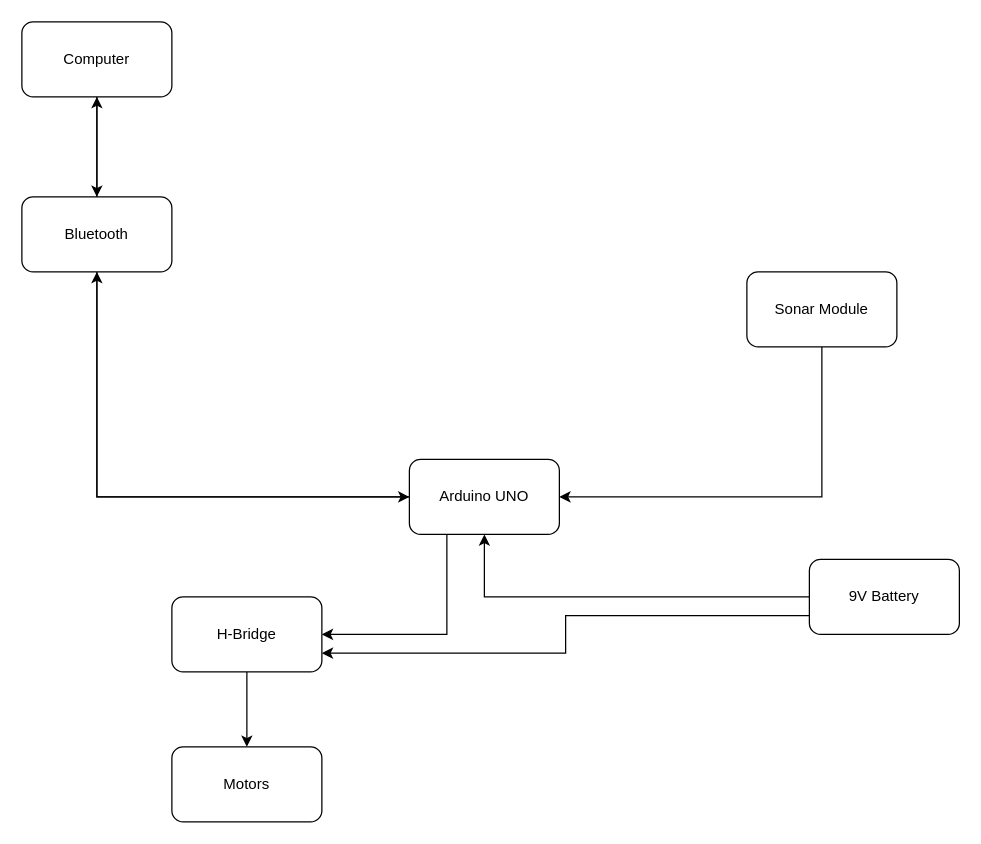
Above: Flowcharts/Untitled Diagram.drawio in Nathanwoodburn/ANURobot (draw.io), before the change. Source tidied: cells renumbered, new cells numbered last; positions are measured from the earlier drawing's top-left corner, leaving out a move shared by most shapes. Both pictures are drawn from the tidied source at 125%, with x=0, y=0 at pixel (21, 21).
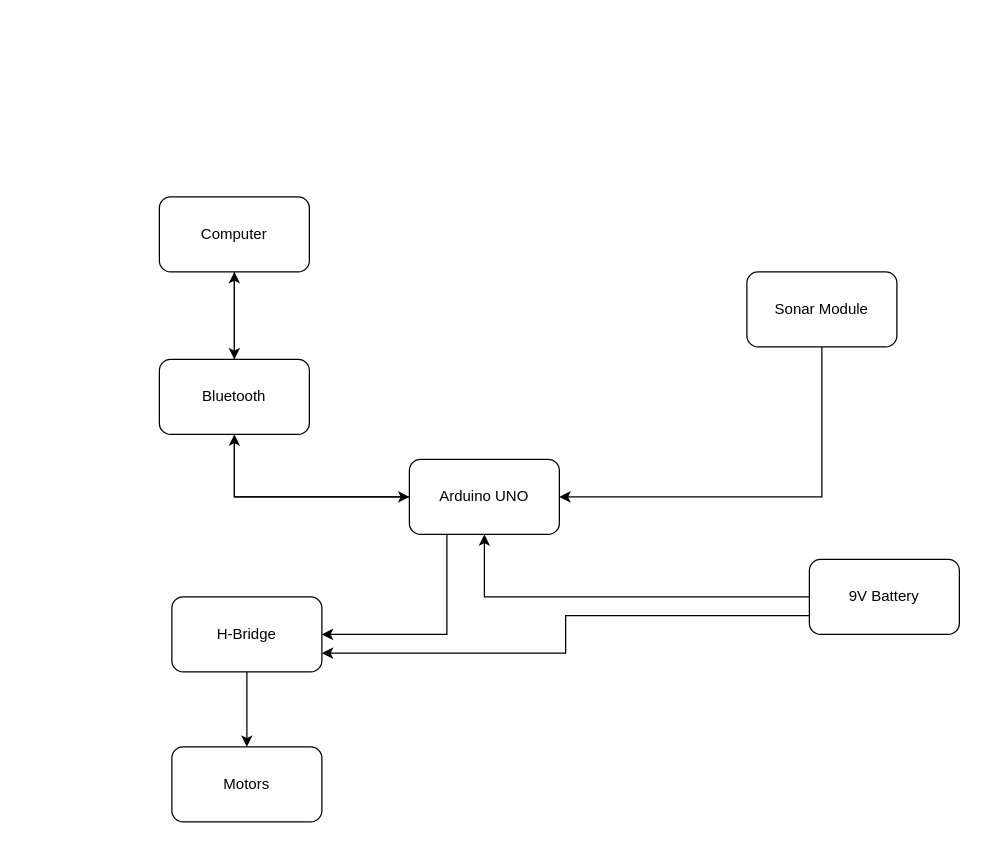
Above is the later version.

The change refers to these unchanged cells:
```xml
<mxCell id="4" value="Arduino UNO" style="rounded=1;whiteSpace=wrap;html=1;" parent="1" vertex="1">
  <mxGeometry x="310" y="350" width="120" height="60" as="geometry" />
</mxCell>
```

What changed in the source:
```diff
@@
-    <mxCell id="8" style="edgeStyle=orthogonalEdgeStyle;rounded=0;jettySize=auto;html=1;" parent="1" edge="1" source="9">
-      <mxGeometry relative="1" as="geometry">
-        <mxPoint x="310" y="380" as="targetPoint" />
-        <Array as="points">
-          <mxPoint x="60" y="380" />
-        </Array>
-      </mxGeometry>
-    </mxCell>
+    <mxCell id="18" style="edgeStyle=orthogonalEdgeStyle;rounded=0;jettySize=auto;html=1;exitX=0.5;exitY=1;exitDx=0;exitDy=0;entryX=0;entryY=0.5;entryDx=0;entryDy=0;" parent="1" edge="1" source="9" target="4">
+      <mxGeometry relative="1" as="geometry" />
+    </mxCell>
     <mxCell id="9" value="Bluetooth" style="rounded=1;whiteSpace=wrap;html=1;" parent="1" vertex="1">
-      <mxGeometry y="140" width="120" height="60" as="geometry" />
+      <mxGeometry x="110" y="270" width="120" height="60" as="geometry" />
     </mxCell>
     <mxCell id="10" style="edgeStyle=orthogonalEdgeStyle;rounded=0;jettySize=auto;html=1;" parent="1" edge="1" source="11">
       <mxGeometry relative="1" as="geometry">
-        <mxPoint x="60" y="140" as="targetPoint" />
+        <mxPoint x="170" y="270" as="targetPoint" />
       </mxGeometry>
     </mxCell>
     <mxCell id="11" value="Computer" style="rounded=1;whiteSpace=wrap;html=1;" parent="1" vertex="1">
-      <mxGeometry width="120" height="60" as="geometry" />
+      <mxGeometry x="110" y="140" width="120" height="60" as="geometry" />
     </mxCell>
```
